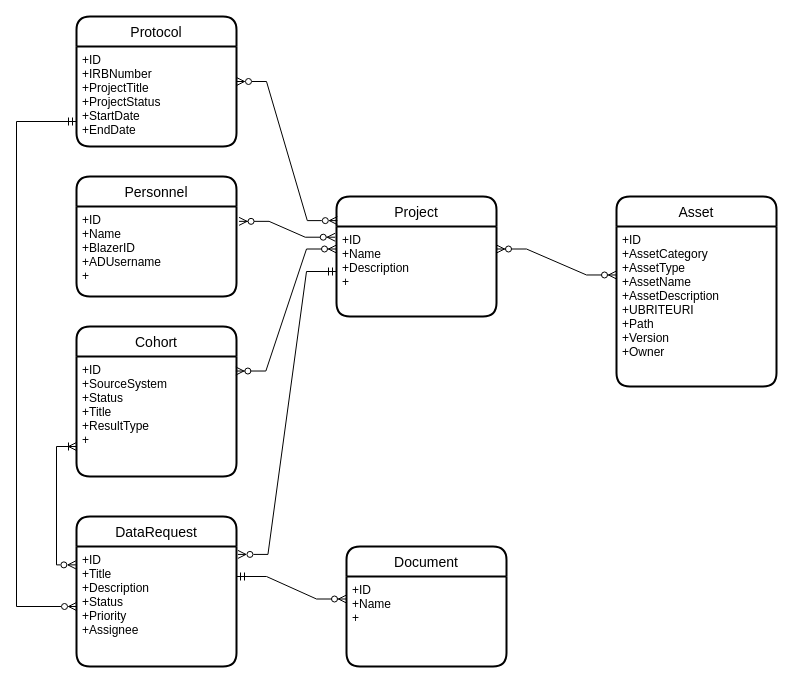
ntimkovich/UAB-II-Diagrams keeps this draw.io diagram as DataLens ERD.drawio. Above is the earlier version. Source tidied: cells renumbered, new cells numbered last; positions are measured from the earlier drawing's top-left corner, leaving out a move shared by most shapes. Both pictures are drawn from the tidied source at 100%, with x=0, y=0 at pixel (16, 16).
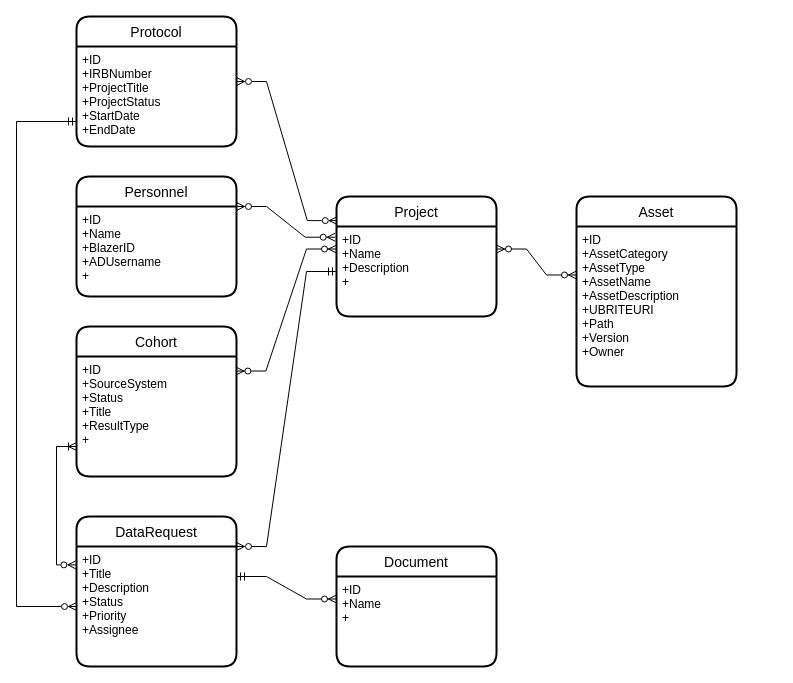
The same diagram, later.

The change refers to these unchanged cells:
```xml
<mxCell id="3" value="+ID&#10;+Name&#10;+Description&#10;+" style="align=left;strokeColor=none;fillColor=none;spacingLeft=4;fontSize=12;verticalAlign=top;" parent="2" vertex="1">
  <mxGeometry y="30" width="160" height="90" as="geometry" />
</mxCell>
<mxCell id="7" value="+ID&#10;+Name&#10;+BlazerID&#10;+ADUsername&#10;+" style="align=left;strokeColor=none;fillColor=none;spacingLeft=4;fontSize=12;verticalAlign=top;" parent="6" vertex="1">
  <mxGeometry y="30" width="160" height="90" as="geometry" />
</mxCell>
<mxCell id="11" value="+ID&#10;+Title&#10;+Description&#10;+Status&#10;+Priority&#10;+Assignee" style="align=left;strokeColor=none;fillColor=none;spacingLeft=4;fontSize=12;verticalAlign=top;" parent="10" vertex="1">
  <mxGeometry y="30" width="160" height="120" as="geometry" />
</mxCell>
```

What changed in the source:
```diff
@@
     <mxCell id="12" value="Document" style="swimlane;horizontal=1;startSize=30;rounded=1;fontSize=14;fontStyle=0;strokeWidth=2;shadow=0;dashed=0;align=center;" parent="1" vertex="1">
-      <mxGeometry x="330" y="530" width="160" height="120" as="geometry" />
+      <mxGeometry x="320" y="530" width="160" height="120" as="geometry" />
     </mxCell>
@@
-    <mxCell id="15" style="edgeStyle=entityRelationEdgeStyle;fontSize=12;html=1;endArrow=ERzeroToMany;endFill=1;startArrow=ERzeroToMany;rounded=0;entryX=-0.008;entryY=0.119;entryDx=0;entryDy=0;exitX=1.016;exitY=0.165;exitDx=0;exitDy=0;exitPerimeter=0;entryPerimeter=0;" parent="1" edge="1" source="7" target="3">
+    <mxCell id="15" style="edgeStyle=entityRelationEdgeStyle;fontSize=12;html=1;endArrow=ERzeroToMany;endFill=1;startArrow=ERzeroToMany;rounded=0;entryX=-0.008;entryY=0.119;entryDx=0;entryDy=0;exitX=1;exitY=0;exitDx=0;exitDy=0;entryPerimeter=0;" parent="1" edge="1" source="7" target="3">
       <mxGeometry relative="1" as="geometry" />
     </mxCell>
@@
-    <mxCell id="17" style="edgeStyle=entityRelationEdgeStyle;fontSize=12;html=1;endArrow=ERzeroToMany;startArrow=ERmandOne;rounded=0;exitX=0;exitY=0.5;exitDx=0;exitDy=0;endFill=0;entryX=1.009;entryY=0.066;entryDx=0;entryDy=0;entryPerimeter=0;" parent="1" edge="1" source="3" target="11">
+    <mxCell id="17" style="edgeStyle=entityRelationEdgeStyle;fontSize=12;html=1;endArrow=ERzeroToMany;startArrow=ERmandOne;rounded=0;exitX=0;exitY=0.5;exitDx=0;exitDy=0;endFill=0;entryX=1;entryY=0;entryDx=0;entryDy=0;" parent="1" edge="1" source="3" target="11">
       <mxGeometry relative="1" as="geometry" />
     </mxCell>
@@
     <mxCell id="19" value="Asset" style="swimlane;horizontal=1;startSize=30;rounded=1;fontSize=14;fontStyle=0;strokeWidth=2;shadow=0;dashed=0;align=center;" parent="1" vertex="1">
-      <mxGeometry x="600" y="180" width="160" height="190" as="geometry" />
+      <mxGeometry x="560" y="180" width="160" height="190" as="geometry" />
     </mxCell>
```
